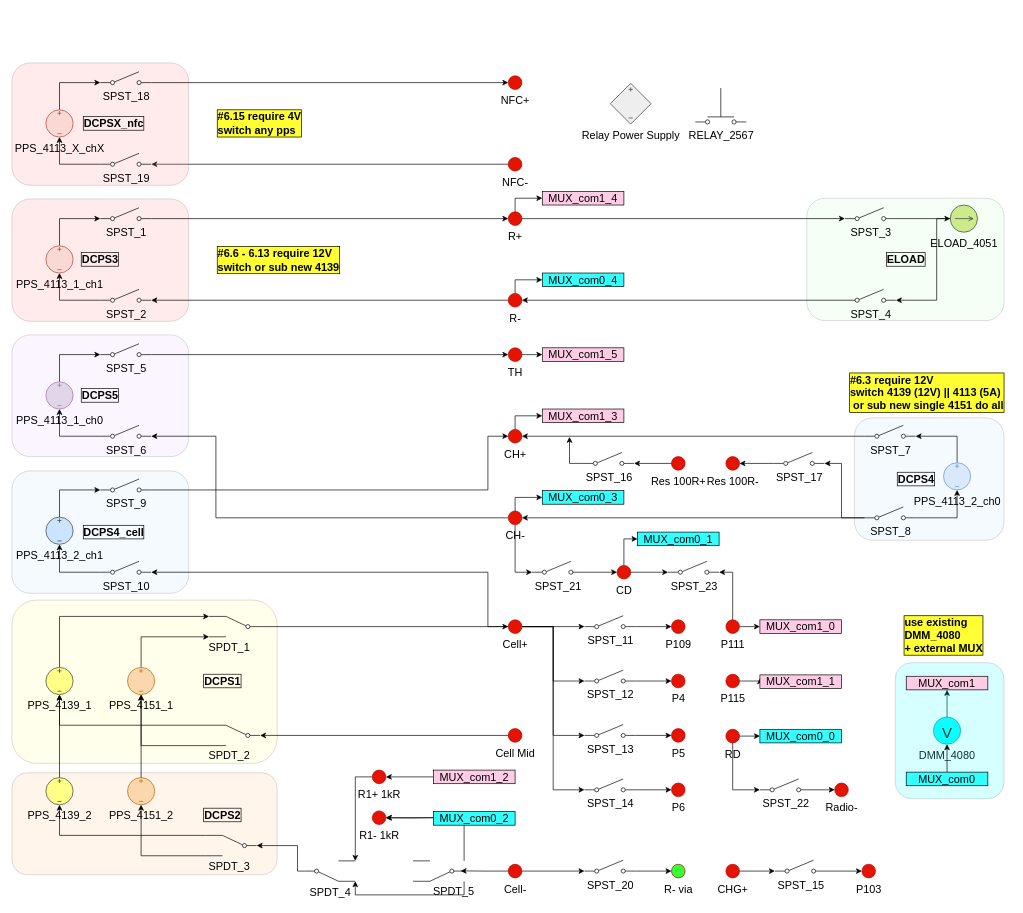
Above: BMS_device_B.drawio in ktlim-xy/draw-io (draw.io), before the change. Source tidied: cells renumbered, new cells numbered last; positions are measured from the earlier drawing's top-left corner, leaving out a move shared by most shapes. Both pictures are drawn from the tidied source at 68%, with x=0, y=0 at pixel (12, 63).
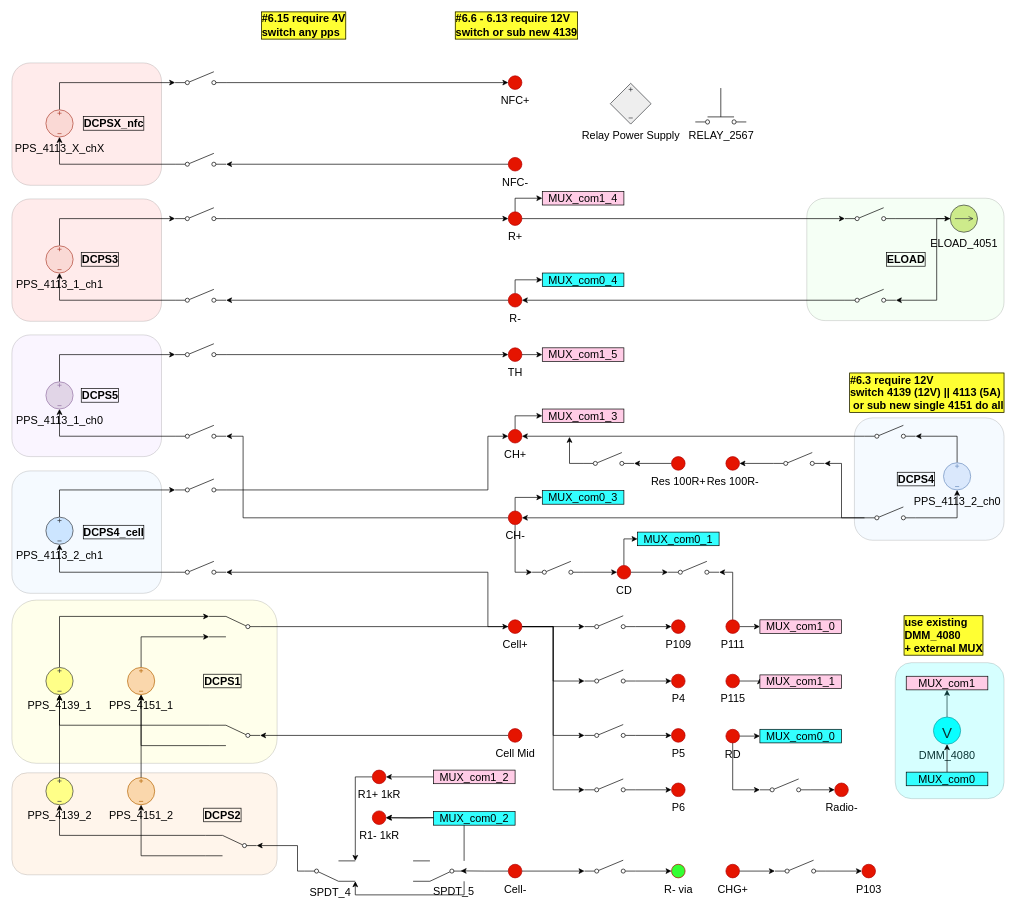
After the change.

The change refers to these unchanged cells:
```xml
<mxCell id="38" value="CH-" style="verticalLabelPosition=bottom;shadow=0;dashed=0;align=center;html=1;verticalAlign=top;strokeWidth=1;shape=ellipse;perimeter=ellipsePerimeter;fillColor=#e51400;fontColor=light-dark(#000000,#FF0000);strokeColor=#B20000;fontSize=16;" parent="1" vertex="1">
  <mxGeometry x="730" y="659" width="20" height="20" as="geometry" />
</mxCell>
```

What changed in the source:
```diff
@@
     <mxCell id="2" style="rounded=1;whiteSpace=wrap;html=1;fillColor=#FF9999;gradientColor=none;fillStyle=auto;gradientDirection=radial;opacity=20;fontSize=16;" parent="1" vertex="1">
-      <mxGeometry y="200" width="260" height="180" as="geometry" />
+      <mxGeometry y="200" width="220" height="180" as="geometry" />
     </mxCell>
@@
     <mxCell id="10" style="rounded=1;whiteSpace=wrap;html=1;fillColor=#CCE5FF;gradientColor=none;fillStyle=auto;gradientDirection=radial;opacity=20;fontSize=16;" parent="1" vertex="1">
-      <mxGeometry y="600" width="260" height="180" as="geometry" />
+      <mxGeometry y="600" width="220" height="180" as="geometry" />
     </mxCell>
     <mxCell id="11" style="rounded=1;whiteSpace=wrap;html=1;fillColor=#E5CCFF;gradientColor=none;fillStyle=auto;gradientDirection=radial;opacity=20;fontSize=16;" parent="1" vertex="1">
-      <mxGeometry y="400" width="260" height="179" as="geometry" />
+      <mxGeometry y="400" width="220" height="179" as="geometry" />
     </mxCell>
@@
-    <mxCell id="14" value="SPST_11" style="html=1;shape=mxgraph.electrical.electro-mechanical.singleSwitch;elSwitchState=off;verticalAlign=top;labelPosition=center;verticalLabelPosition=bottom;align=center;fontSize=16;" parent="1" vertex="1">
+    <mxCell id="14" style="html=1;shape=mxgraph.electrical.electro-mechanical.singleSwitch;elSwitchState=off;verticalAlign=top;labelPosition=center;verticalLabelPosition=bottom;align=center;fontSize=16;" parent="1" vertex="1">
       <mxGeometry x="842" y="813" width="75" height="20" as="geometry" />
     </mxCell>
@@
-    <mxCell id="22" value="SPST_12" style="html=1;shape=mxgraph.electrical.electro-mechanical.singleSwitch;elSwitchState=off;verticalAlign=top;labelPosition=center;verticalLabelPosition=bottom;align=center;fontSize=16;" parent="1" vertex="1">
+    <mxCell id="22" style="html=1;shape=mxgraph.electrical.electro-mechanical.singleSwitch;elSwitchState=off;verticalAlign=top;labelPosition=center;verticalLabelPosition=bottom;align=center;fontSize=16;" parent="1" vertex="1">
       <mxGeometry x="842" y="893" width="75" height="20" as="geometry" />
     </mxCell>
@@
-    <mxCell id="24" value="SPST_13" style="html=1;shape=mxgraph.electrical.electro-mechanical.singleSwitch;elSwitchState=off;labelPosition=center;verticalLabelPosition=bottom;align=center;verticalAlign=top;fontSize=16;" parent="1" vertex="1">
+    <mxCell id="24" style="html=1;shape=mxgraph.electrical.electro-mechanical.singleSwitch;elSwitchState=off;labelPosition=center;verticalLabelPosition=bottom;align=center;verticalAlign=top;fontSize=16;" parent="1" vertex="1">
       <mxGeometry x="842" y="973" width="75" height="20" as="geometry" />
     </mxCell>
@@
     <mxCell id="35" style="edgeStyle=orthogonalEdgeStyle;rounded=0;jettySize=auto;html=1;exitX=0;exitY=0.5;exitDx=0;exitDy=0;entryX=1;entryY=0.8;entryDx=0;entryDy=0;fontSize=16;" parent="1" edge="1" source="38" target="59">
       <mxGeometry relative="1" as="geometry">
         <Array as="points">
-          <mxPoint x="300" y="669" />
-          <mxPoint x="300" y="549" />
+          <mxPoint x="340" y="669" />
+          <mxPoint x="340" y="549" />
         </Array>
       </mxGeometry>
     </mxCell>
@@
-    <mxCell id="42" value="SPST_7" style="html=1;shape=mxgraph.electrical.electro-mechanical.singleSwitch;elSwitchState=off;verticalAlign=top;labelPosition=center;verticalLabelPosition=bottom;align=center;fontSize=16;" parent="1" vertex="1">
+    <mxCell id="42" style="html=1;shape=mxgraph.electrical.electro-mechanical.singleSwitch;elSwitchState=off;verticalAlign=top;labelPosition=center;verticalLabelPosition=bottom;align=center;fontSize=16;" parent="1" vertex="1">
       <mxGeometry x="1254" y="533" width="75" height="20" as="geometry" />
     </mxCell>
@@
-    <mxCell id="46" value="SPST_8" style="html=1;shape=mxgraph.electrical.electro-mechanical.singleSwitch;elSwitchState=off;verticalAlign=top;labelPosition=center;verticalLabelPosition=bottom;align=center;fontSize=16;" parent="1" vertex="1">
+    <mxCell id="46" style="html=1;shape=mxgraph.electrical.electro-mechanical.singleSwitch;elSwitchState=off;verticalAlign=top;labelPosition=center;verticalLabelPosition=bottom;align=center;fontSize=16;" parent="1" vertex="1">
       <mxGeometry x="1254" y="653" width="75" height="20" as="geometry" />
     </mxCell>
@@
-    <mxCell id="48" value="SPST_9" style="html=1;shape=mxgraph.electrical.electro-mechanical.singleSwitch;elSwitchState=off;verticalAlign=top;labelPosition=center;verticalLabelPosition=bottom;align=center;fontSize=16;" parent="1" vertex="1">
-      <mxGeometry x="130" y="612" width="75" height="20" as="geometry" />
+    <mxCell id="48" style="html=1;shape=mxgraph.electrical.electro-mechanical.singleSwitch;elSwitchState=off;verticalAlign=top;labelPosition=center;verticalLabelPosition=bottom;align=center;fontSize=16;" parent="1" vertex="1">
+      <mxGeometry x="240" y="612" width="75" height="20" as="geometry" />
     </mxCell>
-    <mxCell id="49" value="SPST_10" style="html=1;shape=mxgraph.electrical.electro-mechanical.singleSwitch;elSwitchState=off;verticalAlign=top;labelPosition=center;verticalLabelPosition=bottom;align=center;fontSize=16;" parent="1" vertex="1">
-      <mxGeometry x="130" y="733" width="75" height="20" as="geometry" />
+    <mxCell id="49" style="html=1;shape=mxgraph.electrical.electro-mechanical.singleSwitch;elSwitchState=off;verticalAlign=top;labelPosition=center;verticalLabelPosition=bottom;align=center;fontSize=16;" parent="1" vertex="1">
+      <mxGeometry x="240" y="733" width="75" height="20" as="geometry" />
     </mxCell>
@@
-    <mxCell id="58" value="SPST_5" style="html=1;shape=mxgraph.electrical.electro-mechanical.singleSwitch;elSwitchState=off;verticalAlign=top;labelPosition=center;verticalLabelPosition=bottom;align=center;fontSize=16;" parent="1" vertex="1">
-      <mxGeometry x="130" y="413" width="75" height="20" as="geometry" />
+    <mxCell id="58" style="html=1;shape=mxgraph.electrical.electro-mechanical.singleSwitch;elSwitchState=off;verticalAlign=top;labelPosition=center;verticalLabelPosition=bottom;align=center;fontSize=16;" parent="1" vertex="1">
+      <mxGeometry x="240" y="413" width="75" height="20" as="geometry" />
     </mxCell>
-    <mxCell id="59" value="SPST_6" style="html=1;shape=mxgraph.electrical.electro-mechanical.singleSwitch;elSwitchState=off;verticalAlign=top;labelPosition=center;verticalLabelPosition=bottom;align=center;fontSize=16;" parent="1" vertex="1">
-      <mxGeometry x="130" y="533" width="75" height="20" as="geometry" />
+    <mxCell id="59" style="html=1;shape=mxgraph.electrical.electro-mechanical.singleSwitch;elSwitchState=off;verticalAlign=top;labelPosition=center;verticalLabelPosition=bottom;align=center;fontSize=16;" parent="1" vertex="1">
+      <mxGeometry x="240" y="533" width="75" height="20" as="geometry" />
     </mxCell>
@@
-    <mxCell id="70" value="SPST_1" style="html=1;shape=mxgraph.electrical.electro-mechanical.singleSwitch;elSwitchState=off;verticalAlign=top;labelPosition=center;verticalLabelPosition=bottom;align=center;fontSize=16;" parent="1" vertex="1">
-      <mxGeometry x="130" y="213" width="75" height="20" as="geometry" />
+    <mxCell id="70" style="html=1;shape=mxgraph.electrical.electro-mechanical.singleSwitch;elSwitchState=off;verticalAlign=top;labelPosition=center;verticalLabelPosition=bottom;align=center;fontSize=16;" parent="1" vertex="1">
+      <mxGeometry x="240" y="213" width="75" height="20" as="geometry" />
     </mxCell>
-    <mxCell id="71" value="SPST_2" style="html=1;shape=mxgraph.electrical.electro-mechanical.singleSwitch;elSwitchState=off;verticalAlign=top;labelPosition=center;verticalLabelPosition=bottom;align=center;fontSize=16;" parent="1" vertex="1">
-      <mxGeometry x="130" y="333" width="75" height="20" as="geometry" />
+    <mxCell id="71" style="html=1;shape=mxgraph.electrical.electro-mechanical.singleSwitch;elSwitchState=off;verticalAlign=top;labelPosition=center;verticalLabelPosition=bottom;align=center;fontSize=16;" parent="1" vertex="1">
+      <mxGeometry x="240" y="333" width="75" height="20" as="geometry" />
     </mxCell>
@@
-    <mxCell id="74" value="SPST_3" style="html=1;shape=mxgraph.electrical.electro-mechanical.singleSwitch;elSwitchState=off;verticalAlign=top;labelPosition=center;verticalLabelPosition=bottom;align=center;fontSize=16;" parent="1" vertex="1">
+    <mxCell id="74" style="html=1;shape=mxgraph.electrical.electro-mechanical.singleSwitch;elSwitchState=off;verticalAlign=top;labelPosition=center;verticalLabelPosition=bottom;align=center;fontSize=16;" parent="1" vertex="1">
       <mxGeometry x="1225" y="213" width="75" height="20" as="geometry" />
     </mxCell>
@@
-    <mxCell id="76" value="SPST_4" style="html=1;shape=mxgraph.electrical.electro-mechanical.singleSwitch;elSwitchState=off;verticalAlign=top;labelPosition=center;verticalLabelPosition=bottom;align=center;fontSize=16;" parent="1" vertex="1">
+    <mxCell id="76" style="html=1;shape=mxgraph.electrical.electro-mechanical.singleSwitch;elSwitchState=off;verticalAlign=top;labelPosition=center;verticalLabelPosition=bottom;align=center;fontSize=16;" parent="1" vertex="1">
       <mxGeometry x="1225" y="333" width="75" height="20" as="geometry" />
     </mxCell>
@@
-    <mxCell id="93" value="SPDT_1" style="text;html=1;whiteSpace=wrap;strokeColor=none;fillColor=none;align=center;verticalAlign=middle;rounded=0;fontSize=16;" parent="1" vertex="1">
-      <mxGeometry x="290" y="844" width="60" height="30" as="geometry" />
-    </mxCell>
-    <mxCell id="94" value="SPDT_2" style="text;html=1;whiteSpace=wrap;strokeColor=none;fillColor=none;align=center;verticalAlign=middle;rounded=0;fontSize=16;" parent="1" vertex="1">
-      <mxGeometry x="290" y="1003" width="60" height="30" as="geometry" />
-    </mxCell>
-    <mxCell id="95" value="SPDT_3" style="text;html=1;whiteSpace=wrap;strokeColor=none;fillColor=none;align=center;verticalAlign=middle;rounded=0;fontSize=16;" parent="1" vertex="1">
-      <mxGeometry x="290" y="1166" width="60" height="30" as="geometry" />
-    </mxCell>
@@
-    <mxCell id="124" value="SPST_16" style="html=1;shape=mxgraph.electrical.electro-mechanical.singleSwitch;elSwitchState=off;labelPosition=center;verticalLabelPosition=bottom;align=center;verticalAlign=top;fontSize=16;" parent="1" vertex="1">
+    <mxCell id="124" style="html=1;shape=mxgraph.electrical.electro-mechanical.singleSwitch;elSwitchState=off;labelPosition=center;verticalLabelPosition=bottom;align=center;verticalAlign=top;fontSize=16;" parent="1" vertex="1">
       <mxGeometry x="840" y="573" width="75" height="20" as="geometry" />
     </mxCell>
@@
-    <mxCell id="129" value="SPST_17" style="html=1;shape=mxgraph.electrical.electro-mechanical.singleSwitch;elSwitchState=off;labelPosition=center;verticalLabelPosition=bottom;align=center;verticalAlign=top;fontSize=16;" parent="1" vertex="1">
+    <mxCell id="129" style="html=1;shape=mxgraph.electrical.electro-mechanical.singleSwitch;elSwitchState=off;labelPosition=center;verticalLabelPosition=bottom;align=center;verticalAlign=top;fontSize=16;" parent="1" vertex="1">
       <mxGeometry x="1120" y="573" width="75" height="20" as="geometry" />
     </mxCell>
@@
-    <mxCell id="131" value="SPST_14" style="html=1;shape=mxgraph.electrical.electro-mechanical.singleSwitch;elSwitchState=off;labelPosition=center;verticalLabelPosition=bottom;align=center;verticalAlign=top;fontSize=16;" parent="1" vertex="1">
+    <mxCell id="131" style="html=1;shape=mxgraph.electrical.electro-mechanical.singleSwitch;elSwitchState=off;labelPosition=center;verticalLabelPosition=bottom;align=center;verticalAlign=top;fontSize=16;" parent="1" vertex="1">
       <mxGeometry x="842" y="1053" width="75" height="20" as="geometry" />
     </mxCell>
@@
-    <mxCell id="134" value="SPST_15" style="html=1;shape=mxgraph.electrical.electro-mechanical.singleSwitch;elSwitchState=off;labelPosition=center;verticalLabelPosition=bottom;align=center;verticalAlign=top;fontSize=16;" parent="1" vertex="1">
+    <mxCell id="134" style="html=1;shape=mxgraph.electrical.electro-mechanical.singleSwitch;elSwitchState=off;labelPosition=center;verticalLabelPosition=bottom;align=center;verticalAlign=top;fontSize=16;" parent="1" vertex="1">
       <mxGeometry x="1122" y="1172.5" width="75" height="20" as="geometry" />
     </mxCell>
@@
-    <mxCell id="156" value="SPST_20" style="html=1;shape=mxgraph.electrical.electro-mechanical.singleSwitch;elSwitchState=off;labelPosition=center;verticalLabelPosition=bottom;align=center;verticalAlign=top;fontSize=16;" parent="1" vertex="1">
+    <mxCell id="156" style="html=1;shape=mxgraph.electrical.electro-mechanical.singleSwitch;elSwitchState=off;labelPosition=center;verticalLabelPosition=bottom;align=center;verticalAlign=top;fontSize=16;" parent="1" vertex="1">
       <mxGeometry x="842" y="1172.5" width="75" height="20" as="geometry" />
     </mxCell>
@@
     <mxCell id="158" value="#6.6 - 6.13 require 12V&lt;br&gt;switch or sub new 4139" style="text;html=1;whiteSpace=wrap;strokeColor=none;fillColor=none;align=left;verticalAlign=middle;rounded=0;fontStyle=1;fontColor=#000000;fontSize=16;labelBorderColor=default;labelBackgroundColor=#FFFF33;" parent="1" vertex="1">
-      <mxGeometry x="300" y="275" width="230" height="30" as="geometry" />
+      <mxGeometry x="650" y="-70" width="230" height="30" as="geometry" />
     </mxCell>
     <mxCell id="159" value="#6.15 require 4V&lt;div&gt;switch any pps&lt;/div&gt;" style="text;html=1;whiteSpace=wrap;strokeColor=none;fillColor=none;align=left;verticalAlign=middle;rounded=0;fontStyle=1;fontColor=#000000;fontSize=16;labelBorderColor=default;labelBackgroundColor=#FFFF33;" parent="1" vertex="1">
-      <mxGeometry x="300" y="74" width="180" height="30" as="geometry" />
+      <mxGeometry x="365" y="-70" width="180" height="30" as="geometry" />
     </mxCell>
@@
     <mxCell id="163" style="rounded=1;whiteSpace=wrap;html=1;fillColor=#FF9999;gradientColor=none;fillStyle=auto;gradientDirection=radial;opacity=20;fontSize=16;" parent="1" vertex="1">
-      <mxGeometry width="260" height="180" as="geometry" />
+      <mxGeometry width="220" height="180" as="geometry" />
     </mxCell>
@@
-    <mxCell id="167" value="SPST_18" style="html=1;shape=mxgraph.electrical.electro-mechanical.singleSwitch;elSwitchState=off;verticalAlign=top;labelPosition=center;verticalLabelPosition=bottom;align=center;fontSize=16;" parent="1" vertex="1">
-      <mxGeometry x="130" y="13" width="75" height="20" as="geometry" />
+    <mxCell id="167" style="html=1;shape=mxgraph.electrical.electro-mechanical.singleSwitch;elSwitchState=off;verticalAlign=top;labelPosition=center;verticalLabelPosition=bottom;align=center;fontSize=16;" parent="1" vertex="1">
+      <mxGeometry x="240" y="13" width="75" height="20" as="geometry" />
     </mxCell>
-    <mxCell id="168" value="SPST_19" style="html=1;shape=mxgraph.electrical.electro-mechanical.singleSwitch;elSwitchState=off;verticalAlign=top;labelPosition=center;verticalLabelPosition=bottom;align=center;fontSize=16;" parent="1" vertex="1">
-      <mxGeometry x="130" y="133" width="75" height="20" as="geometry" />
+    <mxCell id="168" style="html=1;shape=mxgraph.electrical.electro-mechanical.singleSwitch;elSwitchState=off;verticalAlign=top;labelPosition=center;verticalLabelPosition=bottom;align=center;fontSize=16;" parent="1" vertex="1">
+      <mxGeometry x="240" y="133" width="75" height="20" as="geometry" />
     </mxCell>
@@
-    <mxCell id="176" value="SPST_21" style="html=1;shape=mxgraph.electrical.electro-mechanical.singleSwitch;elSwitchState=off;verticalAlign=top;labelPosition=center;verticalLabelPosition=bottom;align=center;fontSize=16;" parent="1" vertex="1">
+    <mxCell id="176" style="html=1;shape=mxgraph.electrical.electro-mechanical.singleSwitch;elSwitchState=off;verticalAlign=top;labelPosition=center;verticalLabelPosition=bottom;align=center;fontSize=16;" parent="1" vertex="1">
       <mxGeometry x="765" y="733" width="75" height="20" as="geometry" />
     </mxCell>
@@
-    <mxCell id="180" value="SPST_22" style="html=1;shape=mxgraph.electrical.electro-mechanical.singleSwitch;elSwitchState=off;verticalAlign=top;labelPosition=center;verticalLabelPosition=bottom;align=center;fontSize=16;" parent="1" vertex="1">
+    <mxCell id="180" style="html=1;shape=mxgraph.electrical.electro-mechanical.singleSwitch;elSwitchState=off;verticalAlign=top;labelPosition=center;verticalLabelPosition=bottom;align=center;fontSize=16;" parent="1" vertex="1">
       <mxGeometry x="1100" y="1053" width="75" height="20" as="geometry" />
     </mxCell>
-    <mxCell id="181" value="SPST_23" style="html=1;shape=mxgraph.electrical.electro-mechanical.singleSwitch;elSwitchState=off;verticalAlign=top;labelPosition=center;verticalLabelPosition=bottom;align=center;fontSize=16;" parent="1" vertex="1">
+    <mxCell id="181" style="html=1;shape=mxgraph.electrical.electro-mechanical.singleSwitch;elSwitchState=off;verticalAlign=top;labelPosition=center;verticalLabelPosition=bottom;align=center;fontSize=16;" parent="1" vertex="1">
       <mxGeometry x="965" y="733" width="75" height="20" as="geometry" />
     </mxCell>
```
